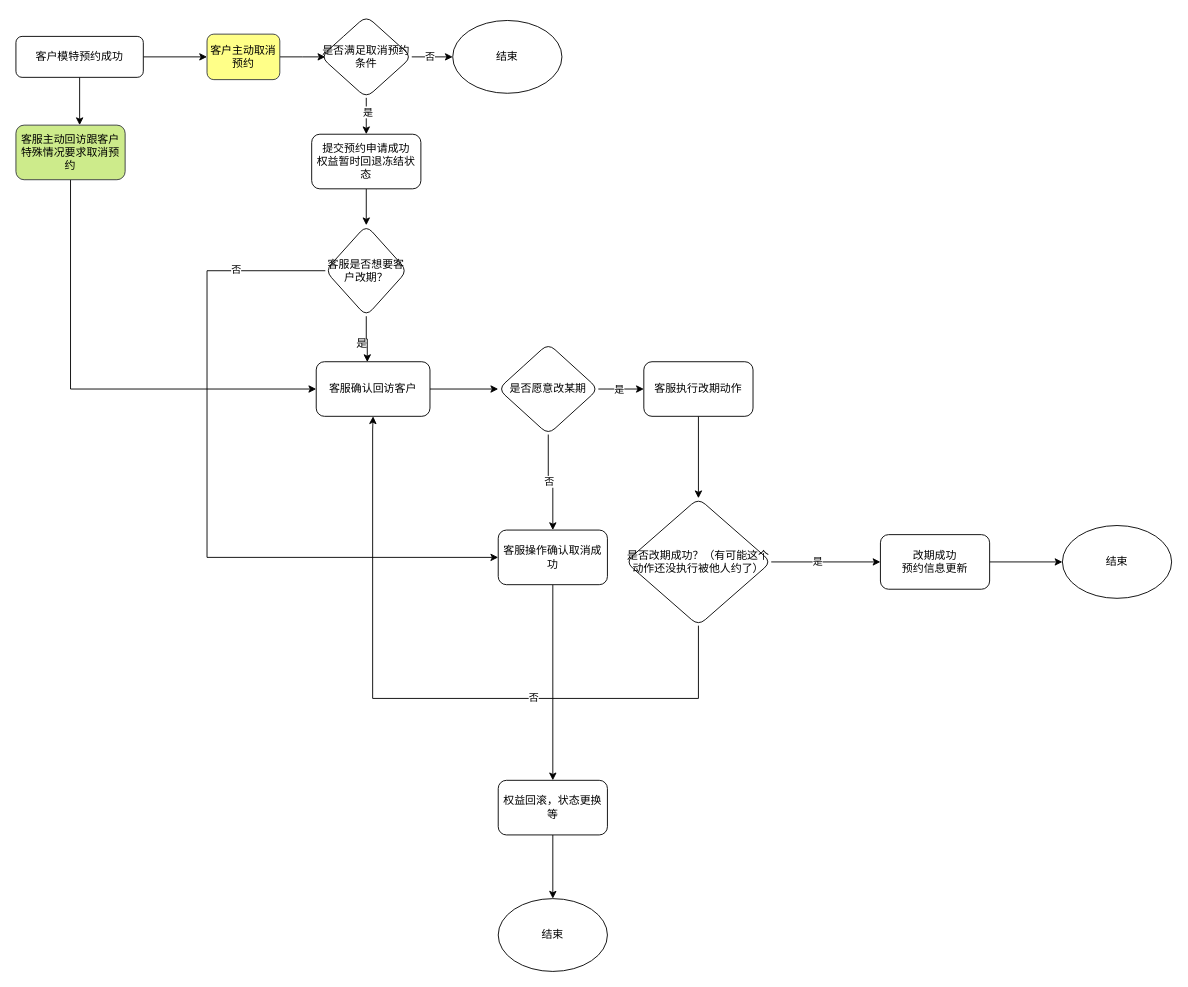
Before: Untitled Diagram.drawio in wwj449/test, a draw.io diagram. Source tidied: cells renumbered, new cells numbered last; positions are measured from the earlier drawing's top-left corner, leaving out a move shared by most shapes. Both pictures are drawn from the tidied source at 91%, with x=0, y=0 at pixel (15, 15).
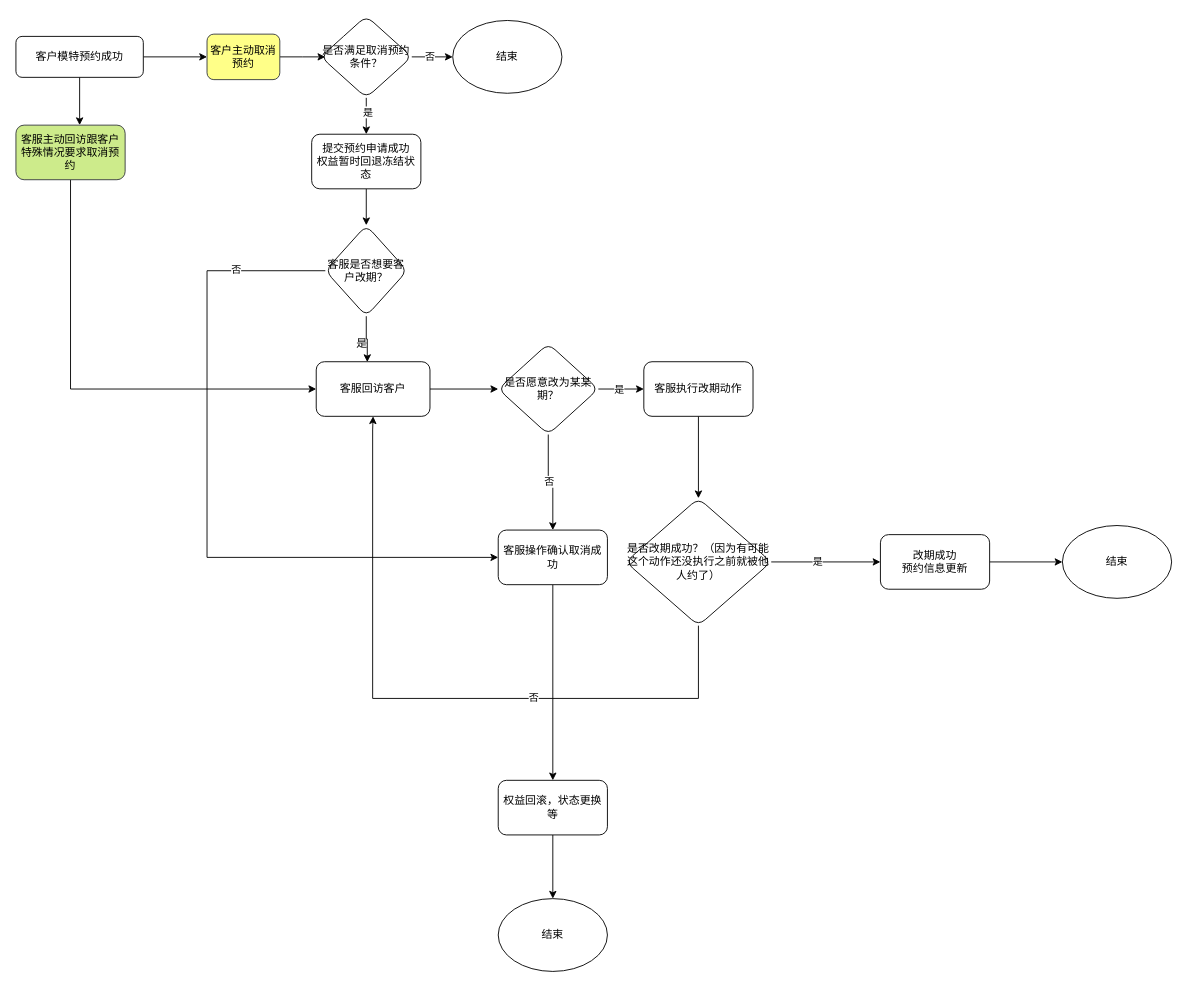
After the change.

What changed in the source:
```diff
@@
-    <mxCell id="11" value="是否满足取消预约条件" style="rhombus;whiteSpace=wrap;html=1;rounded=1;" parent="1" vertex="1">
+    <mxCell id="11" value="是否满足取消预约条件？" style="rhombus;whiteSpace=wrap;html=1;rounded=1;" parent="1" vertex="1">
       <mxGeometry x="335" width="100" height="90" as="geometry" />
     </mxCell>
@@
-    <mxCell id="19" value="是否愿意改某期" style="rhombus;whiteSpace=wrap;html=1;rounded=1;" parent="1" vertex="1">
+    <mxCell id="19" value="是否愿意改为某某期？" style="rhombus;whiteSpace=wrap;html=1;rounded=1;" parent="1" vertex="1">
       <mxGeometry x="530" y="360" width="110" height="100" as="geometry" />
     </mxCell>
@@
-    <mxCell id="30" value="是否改期成功？（有可能这个动作还没执行被他人约了）" style="rhombus;whiteSpace=wrap;html=1;rounded=1;" parent="1" vertex="1">
+    <mxCell id="30" value="是否改期成功？（因为有可能这个动作还没执行之前就被他人约了）" style="rhombus;whiteSpace=wrap;html=1;rounded=1;" parent="1" vertex="1">
       <mxGeometry x="670" y="530" width="160" height="140" as="geometry" />
     </mxCell>
@@
-    <mxCell id="39" value="客服确认回访客户" style="whiteSpace=wrap;html=1;rounded=1;" parent="1" vertex="1">
+    <mxCell id="39" value="客服回访客户" style="whiteSpace=wrap;html=1;rounded=1;" parent="1" vertex="1">
       <mxGeometry x="330" y="380" width="125" height="60" as="geometry" />
     </mxCell>
```
